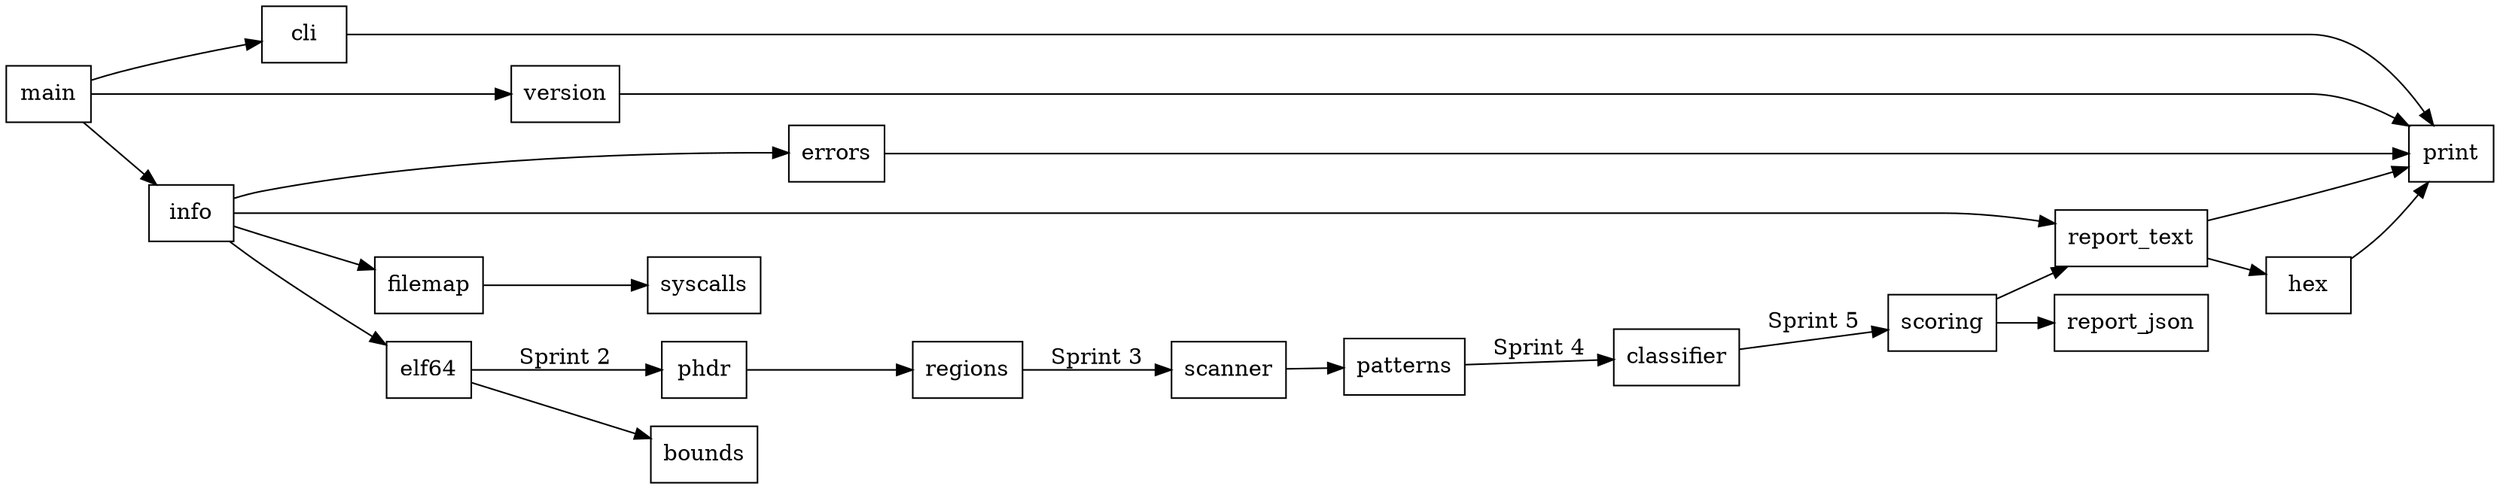
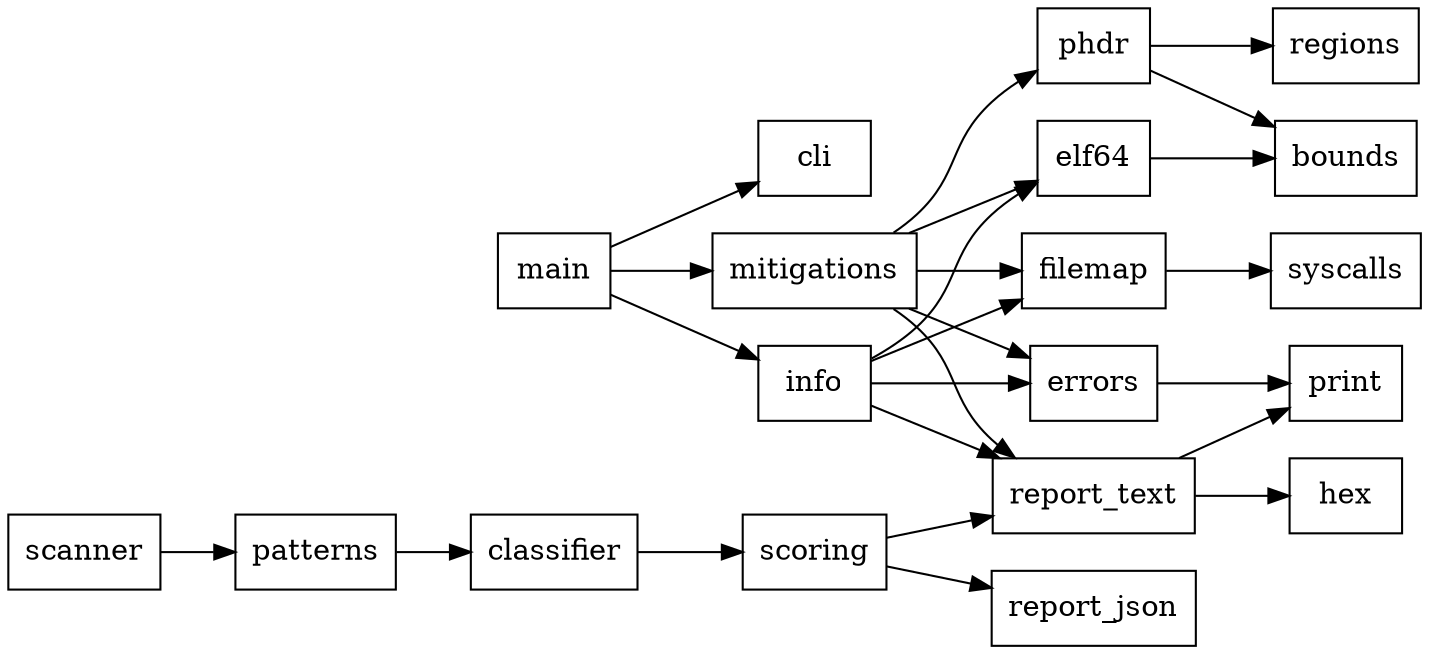
digraph x64lens_modules {
  rankdir=LR;
  node [shape=box];

  main -> cli;
-   main -> version;
  main -> info;
-   cli -> print;
-   version -> print;
+   main -> mitigations;
+ 
  info -> filemap;
  info -> elf64;
  info -> report_text;
  info -> errors;
+ 
+   mitigations -> filemap;
+   mitigations -> elf64;
+   mitigations -> phdr;
+   mitigations -> report_text;
+   mitigations -> errors;
+ 
+   phdr -> bounds;
+   phdr -> regions;
+ 
  filemap -> syscalls;
  elf64 -> bounds;
-   errors -> print;
  report_text -> print;
  report_text -> hex;
-   hex -> print;
+   errors -> print;

-   elf64 -> phdr [label="Sprint 2"];
-   phdr -> regions;
-   regions -> scanner [label="Sprint 3"];
  scanner -> patterns;
-   patterns -> classifier [label="Sprint 4"];
-   classifier -> scoring [label="Sprint 5"];
+   patterns -> classifier;
+   classifier -> scoring;
  scoring -> report_text;
  scoring -> report_json;
}
